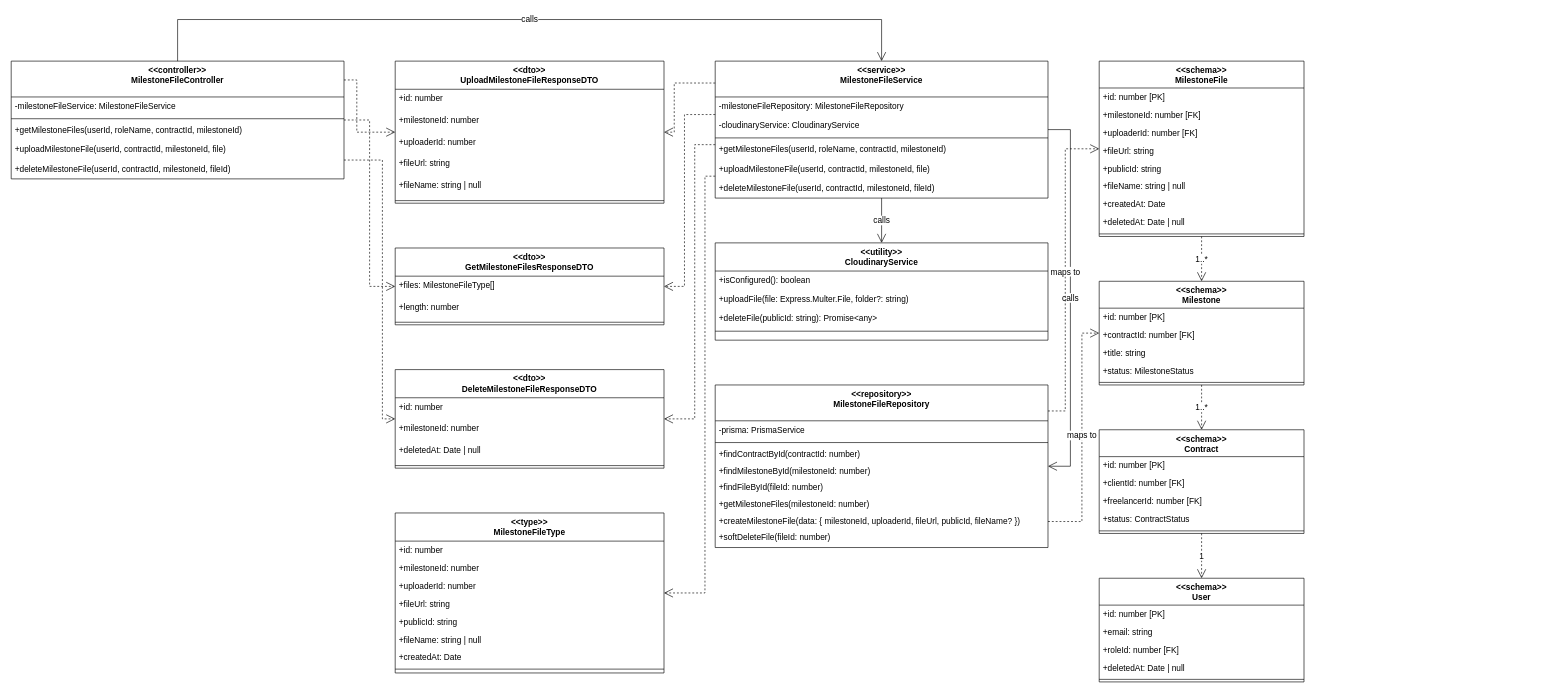
This is class-diagrams/UC-25_Manage_Milestone_File_Class_Diagram.drawio from Thunggg/Frevia, a draw.io file, before an edit. Source tidied: cells renumbered, new cells numbered last; positions are measured from the earlier drawing's top-left corner, leaving out a move shared by most shapes. Both pictures are drawn from the tidied source at 64%, with x=0, y=0 at pixel (11, 19).
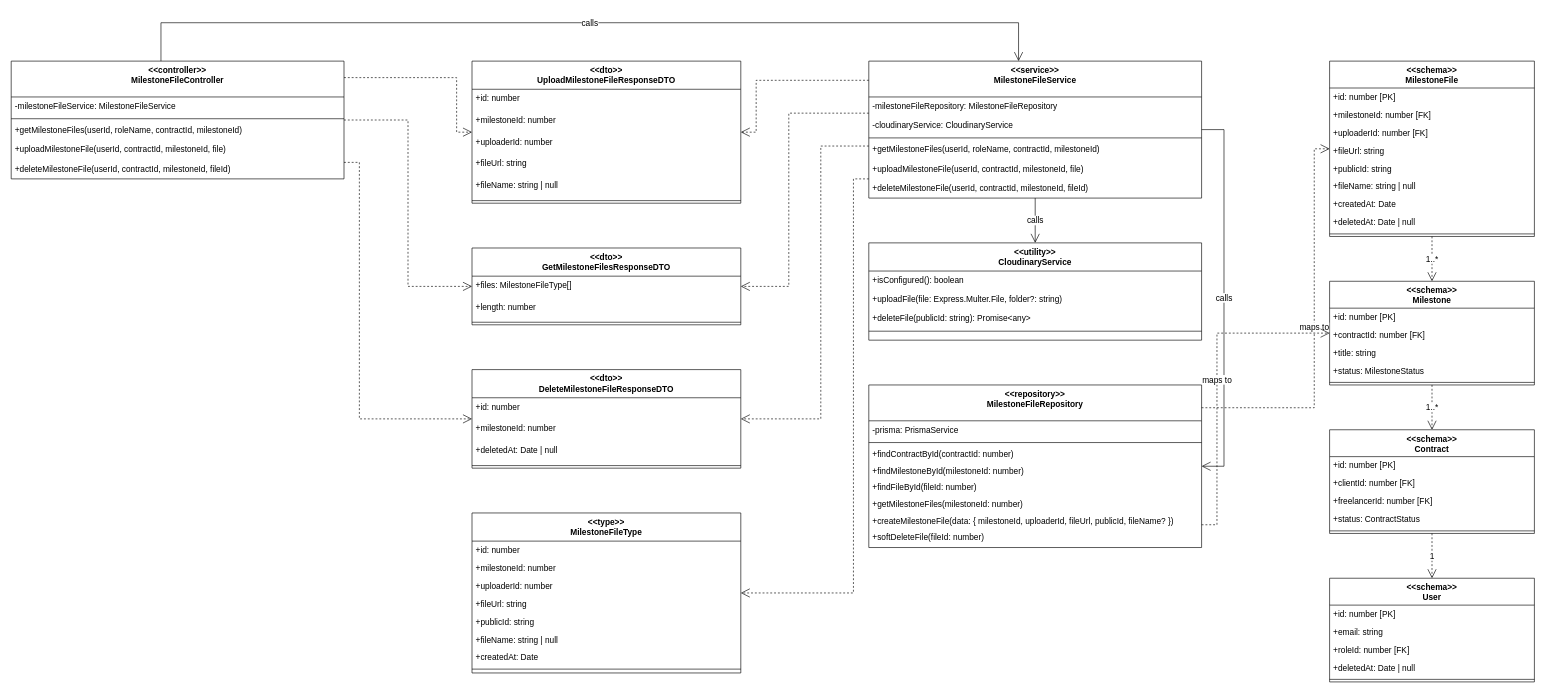
Above is the later version.

Unchanged cells that the change refers to:
```xml
<mxCell id="2" value="&lt;&lt;controller&gt;&gt;&#10;MilestoneFileController" style="swimlane;fontStyle=1;align=center;verticalAlign=top;horizontal=1;startSize=56;fontSize=13;labelBackgroundColor=none;" parent="1" vertex="1">
  <mxGeometry y="65" width="520" height="184" as="geometry" />
</mxCell>
```

Diff of the diagram source:
```diff
@@
     <mxCell id="8" value="&lt;&lt;dto&gt;&gt;&#10;UploadMilestoneFileResponseDTO" style="swimlane;fontStyle=1;align=center;verticalAlign=top;horizontal=1;startSize=44;fontSize=13;labelBackgroundColor=none;" parent="1" vertex="1">
-      <mxGeometry x="600" y="65" width="420" height="222" as="geometry" />
+      <mxGeometry x="720" y="65" width="420" height="222" as="geometry" />
     </mxCell>
@@
     <mxCell id="15" value="&lt;&lt;dto&gt;&gt;&#10;GetMilestoneFilesResponseDTO" style="swimlane;fontStyle=1;align=center;verticalAlign=top;horizontal=1;startSize=44;fontSize=13;labelBackgroundColor=none;" parent="1" vertex="1">
-      <mxGeometry x="600" y="357" width="420" height="120" as="geometry" />
+      <mxGeometry x="720" y="357" width="420" height="120" as="geometry" />
     </mxCell>
@@
     <mxCell id="19" value="&lt;&lt;dto&gt;&gt;&#10;DeleteMilestoneFileResponseDTO" style="swimlane;fontStyle=1;align=center;verticalAlign=top;horizontal=1;startSize=44;fontSize=13;labelBackgroundColor=none;" parent="1" vertex="1">
-      <mxGeometry x="600" y="547" width="420" height="154" as="geometry" />
+      <mxGeometry x="720" y="547" width="420" height="154" as="geometry" />
     </mxCell>
@@
     <mxCell id="24" value="&lt;&lt;type&gt;&gt;&#10;MilestoneFileType" style="swimlane;fontStyle=1;align=center;verticalAlign=top;horizontal=1;startSize=44;fontSize=13;labelBackgroundColor=none;" parent="1" vertex="1">
-      <mxGeometry x="600" y="771" width="420" height="250" as="geometry" />
+      <mxGeometry x="720" y="771" width="420" height="250" as="geometry" />
     </mxCell>
@@
     <mxCell id="33" value="&lt;&lt;service&gt;&gt;&#10;MilestoneFileService" style="swimlane;fontStyle=1;align=center;verticalAlign=top;horizontal=1;startSize=56;fontSize=13;labelBackgroundColor=none;" parent="1" vertex="1">
-      <mxGeometry x="1100" y="65" width="520" height="214" as="geometry" />
+      <mxGeometry x="1340" y="65" width="520" height="214" as="geometry" />
     </mxCell>
@@
     <mxCell id="40" value="&lt;&lt;utility&gt;&gt;&#10;CloudinaryService" style="swimlane;fontStyle=1;align=center;verticalAlign=top;horizontal=1;startSize=44;fontSize=13;labelBackgroundColor=none;" parent="1" vertex="1">
-      <mxGeometry x="1100" y="349" width="520" height="152" as="geometry" />
+      <mxGeometry x="1340" y="349" width="520" height="152" as="geometry" />
     </mxCell>
@@
     <mxCell id="45" value="&lt;&lt;repository&gt;&gt;&#10;MilestoneFileRepository" style="swimlane;fontStyle=1;align=center;verticalAlign=top;horizontal=1;startSize=56;fontSize=13;labelBackgroundColor=none;" parent="1" vertex="1">
-      <mxGeometry x="1100" y="571" width="520" height="254" as="geometry" />
+      <mxGeometry x="1340" y="571" width="520" height="254" as="geometry" />
     </mxCell>
@@
     <mxCell id="54" value="&lt;&lt;schema&gt;&gt;&#10;MilestoneFile" style="swimlane;fontStyle=1;align=center;verticalAlign=top;horizontal=1;startSize=42;fontSize=13;labelBackgroundColor=none;" parent="1" vertex="1">
-      <mxGeometry x="1700" y="65" width="320" height="274" as="geometry" />
+      <mxGeometry x="2060" y="65" width="320" height="274" as="geometry" />
     </mxCell>
@@
     <mxCell id="64" value="&lt;&lt;schema&gt;&gt;&#10;Milestone" style="swimlane;fontStyle=1;align=center;verticalAlign=top;horizontal=1;startSize=42;fontSize=13;labelBackgroundColor=none;" parent="1" vertex="1">
-      <mxGeometry x="1700" y="409" width="320" height="162" as="geometry" />
+      <mxGeometry x="2060" y="409" width="320" height="162" as="geometry" />
     </mxCell>
@@
     <mxCell id="70" value="&lt;&lt;schema&gt;&gt;&#10;Contract" style="swimlane;fontStyle=1;align=center;verticalAlign=top;horizontal=1;startSize=42;fontSize=13;labelBackgroundColor=none;" parent="1" vertex="1">
-      <mxGeometry x="1700" y="641" width="320" height="162" as="geometry" />
+      <mxGeometry x="2060" y="641" width="320" height="162" as="geometry" />
     </mxCell>
@@
     <mxCell id="76" value="&lt;&lt;schema&gt;&gt;&#10;User" style="swimlane;fontStyle=1;align=center;verticalAlign=top;horizontal=1;startSize=42;fontSize=13;labelBackgroundColor=none;" parent="1" vertex="1">
-      <mxGeometry x="1700" y="873" width="320" height="162" as="geometry" />
+      <mxGeometry x="2060" y="873" width="320" height="162" as="geometry" />
     </mxCell>
@@
-    <mxCell id="82" value="calls" style="edgeStyle=orthogonalEdgeStyle;rounded=0;jettySize=auto;html=1;startArrow=none;endArrow=open;endSize=12;fontSize=13;labelBackgroundColor=#ffffff;exitX=0.5;exitY=0.0;exitDx=0;exitDy=0;entryX=0.5;entryY=0.0;entryDx=0;entryDy=0;" parent="1" edge="1" source="2" target="33">
+    <mxCell id="82" value="calls" style="edgeStyle=orthogonalEdgeStyle;rounded=0;jettySize=auto;html=1;startArrow=none;endArrow=open;endSize=12;fontSize=13;labelBackgroundColor=#ffffff;exitX=0.45;exitY=0.0;exitDx=0;exitDy=0;entryX=0.45;entryY=0.0;entryDx=0;entryDy=0;" parent="1" edge="1" source="2" target="33">
       <mxGeometry relative="1" as="geometry">
         <Array as="points">
-          <mxPoint x="260" />
-          <mxPoint x="1360" />
+          <mxPoint x="234" y="5" />
+          <mxPoint x="1574" y="5" />
         </Array>
       </mxGeometry>
     </mxCell>
-    <mxCell id="83" style="edgeStyle=orthogonalEdgeStyle;rounded=0;jettySize=auto;html=1;startArrow=none;endArrow=open;endSize=12;fontSize=13;labelBackgroundColor=#ffffff;dashed=1;exitX=1.0;exitY=0.16;exitDx=0;exitDy=0;entryX=0.0;entryY=0.5;entryDx=0;entryDy=0;" parent="1" edge="1" source="2" target="8">
+    <mxCell id="83" style="edgeStyle=orthogonalEdgeStyle;rounded=0;jettySize=auto;html=1;startArrow=none;endArrow=open;endSize=12;fontSize=13;labelBackgroundColor=#ffffff;dashed=1;exitX=1.0;exitY=0.14;exitDx=0;exitDy=0;entryX=0.0;entryY=0.5;entryDx=0;entryDy=0;" parent="1" edge="1" source="2" target="8">
       <mxGeometry relative="1" as="geometry">
         <Array as="points">
-          <mxPoint x="540" y="94" />
-          <mxPoint x="540" y="176" />
+          <mxPoint x="696" y="91" />
+          <mxPoint x="696" y="176" />
         </Array>
       </mxGeometry>
     </mxCell>
-    <mxCell id="84" style="edgeStyle=orthogonalEdgeStyle;rounded=0;jettySize=auto;html=1;startArrow=none;endArrow=open;endSize=12;fontSize=13;labelBackgroundColor=#ffffff;dashed=1;exitX=0.0;exitY=0.16;exitDx=0;exitDy=0;entryX=1.0;entryY=0.5;entryDx=0;entryDy=0;" parent="1" edge="1" source="33" target="8">
+    <mxCell id="84" style="edgeStyle=orthogonalEdgeStyle;rounded=0;jettySize=auto;html=1;startArrow=none;endArrow=open;endSize=12;fontSize=13;labelBackgroundColor=#ffffff;dashed=1;exitX=0.0;exitY=0.14;exitDx=0;exitDy=0;entryX=1.0;entryY=0.5;entryDx=0;entryDy=0;" parent="1" edge="1" source="33" target="8">
       <mxGeometry relative="1" as="geometry">
         <Array as="points">
-          <mxPoint x="1036" y="99" />
-          <mxPoint x="1036" y="176" />
+          <mxPoint x="1164" y="95" />
+          <mxPoint x="1164" y="176" />
         </Array>
       </mxGeometry>
     </mxCell>
     <mxCell id="85" style="edgeStyle=orthogonalEdgeStyle;rounded=0;jettySize=auto;html=1;startArrow=none;endArrow=open;endSize=12;fontSize=13;labelBackgroundColor=#ffffff;dashed=1;exitX=1.0;exitY=0.5;exitDx=0;exitDy=0;entryX=0.0;entryY=0.5;entryDx=0;entryDy=0;" parent="1" edge="1" source="2" target="15">
       <mxGeometry relative="1" as="geometry">
         <Array as="points">
-          <mxPoint x="560" y="157" />
-          <mxPoint x="560" y="417" />
+          <mxPoint x="620" y="157" />
+          <mxPoint x="620" y="417" />
         </Array>
       </mxGeometry>
     </mxCell>
-    <mxCell id="86" style="edgeStyle=orthogonalEdgeStyle;rounded=0;jettySize=auto;html=1;startArrow=none;endArrow=open;endSize=12;fontSize=13;labelBackgroundColor=#ffffff;dashed=1;exitX=0.0;exitY=0.39;exitDx=0;exitDy=0;entryX=1.0;entryY=0.5;entryDx=0;entryDy=0;" parent="1" edge="1" source="33" target="15">
+    <mxCell id="86" style="edgeStyle=orthogonalEdgeStyle;rounded=0;jettySize=auto;html=1;startArrow=none;endArrow=open;endSize=12;fontSize=13;labelBackgroundColor=#ffffff;dashed=1;exitX=0.0;exitY=0.38;exitDx=0;exitDy=0;entryX=1.0;entryY=0.5;entryDx=0;entryDy=0;" parent="1" edge="1" source="33" target="15">
       <mxGeometry relative="1" as="geometry">
         <Array as="points">
-          <mxPoint x="1052" y="148" />
-          <mxPoint x="1052" y="417" />
+          <mxPoint x="1215" y="146" />
+          <mxPoint x="1215" y="417" />
         </Array>
       </mxGeometry>
     </mxCell>
-    <mxCell id="87" style="edgeStyle=orthogonalEdgeStyle;rounded=0;jettySize=auto;html=1;startArrow=none;endArrow=open;endSize=12;fontSize=13;labelBackgroundColor=#ffffff;dashed=1;exitX=1.0;exitY=0.84;exitDx=0;exitDy=0;entryX=0.0;entryY=0.5;entryDx=0;entryDy=0;" parent="1" edge="1" source="2" target="19">
+    <mxCell id="87" style="edgeStyle=orthogonalEdgeStyle;rounded=0;jettySize=auto;html=1;startArrow=none;endArrow=open;endSize=12;fontSize=13;labelBackgroundColor=#ffffff;dashed=1;exitX=1.0;exitY=0.86;exitDx=0;exitDy=0;entryX=0.0;entryY=0.5;entryDx=0;entryDy=0;" parent="1" edge="1" source="2" target="19">
       <mxGeometry relative="1" as="geometry">
         <Array as="points">
-          <mxPoint x="580" y="220" />
-          <mxPoint x="580" y="624" />
+          <mxPoint x="544" y="223" />
+          <mxPoint x="544" y="624" />
         </Array>
       </mxGeometry>
     </mxCell>
-    <mxCell id="88" style="edgeStyle=orthogonalEdgeStyle;rounded=0;jettySize=auto;html=1;startArrow=none;endArrow=open;endSize=12;fontSize=13;labelBackgroundColor=#ffffff;dashed=1;exitX=0.0;exitY=0.61;exitDx=0;exitDy=0;entryX=1.0;entryY=0.5;entryDx=0;entryDy=0;" parent="1" edge="1" source="33" target="19">
+    <mxCell id="88" style="edgeStyle=orthogonalEdgeStyle;rounded=0;jettySize=auto;html=1;startArrow=none;endArrow=open;endSize=12;fontSize=13;labelBackgroundColor=#ffffff;dashed=1;exitX=0.0;exitY=0.62;exitDx=0;exitDy=0;entryX=1.0;entryY=0.5;entryDx=0;entryDy=0;" parent="1" edge="1" source="33" target="19">
       <mxGeometry relative="1" as="geometry">
         <Array as="points">
-          <mxPoint x="1068" y="196" />
-          <mxPoint x="1068" y="624" />
+          <mxPoint x="1265" y="198" />
+          <mxPoint x="1265" y="624" />
         </Array>
       </mxGeometry>
     </mxCell>
-    <mxCell id="89" style="edgeStyle=orthogonalEdgeStyle;rounded=0;jettySize=auto;html=1;startArrow=none;endArrow=open;endSize=12;fontSize=13;labelBackgroundColor=#ffffff;dashed=1;exitX=0.0;exitY=0.84;exitDx=0;exitDy=0;entryX=1.0;entryY=0.5;entryDx=0;entryDy=0;" parent="1" edge="1" source="33" target="24">
+    <mxCell id="89" style="edgeStyle=orthogonalEdgeStyle;rounded=0;jettySize=auto;html=1;startArrow=none;endArrow=open;endSize=12;fontSize=13;labelBackgroundColor=#ffffff;dashed=1;exitX=0.0;exitY=0.86;exitDx=0;exitDy=0;entryX=1.0;entryY=0.5;entryDx=0;entryDy=0;" parent="1" edge="1" source="33" target="24">
       <mxGeometry relative="1" as="geometry">
         <Array as="points">
-          <mxPoint x="1084" y="245" />
-          <mxPoint x="1084" y="896" />
+          <mxPoint x="1316" y="249" />
+          <mxPoint x="1316" y="896" />
         </Array>
       </mxGeometry>
     </mxCell>
@@
     <mxCell id="91" value="calls" style="edgeStyle=orthogonalEdgeStyle;rounded=0;jettySize=auto;html=1;startArrow=none;endArrow=open;endSize=12;fontSize=13;labelBackgroundColor=#ffffff;exitX=1.0;exitY=0.5;exitDx=0;exitDy=0;entryX=1.0;entryY=0.5;entryDx=0;entryDy=0;" parent="1" edge="1" source="33" target="45">
       <mxGeometry relative="1" as="geometry">
         <Array as="points">
-          <mxPoint x="1655" y="172" />
-          <mxPoint x="1655" y="698" />
+          <mxPoint x="1895" y="172" />
+          <mxPoint x="1895" y="698" />
         </Array>
       </mxGeometry>
     </mxCell>
-    <mxCell id="92" value="maps to" style="edgeStyle=orthogonalEdgeStyle;rounded=0;jettySize=auto;html=1;startArrow=none;endArrow=open;endSize=12;fontSize=13;labelBackgroundColor=#ffffff;dashed=1;exitX=1.0;exitY=0.16;exitDx=0;exitDy=0;entryX=0.0;entryY=0.5;entryDx=0;entryDy=0;" parent="1" edge="1" source="45" target="54">
+    <mxCell id="92" value="maps to" style="edgeStyle=orthogonalEdgeStyle;rounded=0;jettySize=auto;html=1;startArrow=none;endArrow=open;endSize=12;fontSize=13;labelBackgroundColor=#ffffff;dashed=1;exitX=1.0;exitY=0.14;exitDx=0;exitDy=0;entryX=0.0;entryY=0.5;entryDx=0;entryDy=0;" parent="1" edge="1" source="45" target="54">
       <mxGeometry relative="1" as="geometry">
         <Array as="points">
-          <mxPoint x="1647" y="612" />
-          <mxPoint x="1647" y="202" />
+          <mxPoint x="2036" y="607" />
+          <mxPoint x="2036" y="202" />
         </Array>
       </mxGeometry>
     </mxCell>
-    <mxCell id="93" value="maps to" style="edgeStyle=orthogonalEdgeStyle;rounded=0;jettySize=auto;html=1;startArrow=none;endArrow=open;endSize=12;fontSize=13;labelBackgroundColor=#ffffff;dashed=1;exitX=1.0;exitY=0.84;exitDx=0;exitDy=0;entryX=0.0;entryY=0.5;entryDx=0;entryDy=0;" parent="1" edge="1" source="45" target="64">
+    <mxCell id="93" value="maps to" style="edgeStyle=orthogonalEdgeStyle;rounded=0;jettySize=auto;html=1;startArrow=none;endArrow=open;endSize=12;fontSize=13;labelBackgroundColor=#ffffff;dashed=1;exitX=1.0;exitY=0.86;exitDx=0;exitDy=0;entryX=0.0;entryY=0.5;entryDx=0;entryDy=0;" parent="1" edge="1" source="45" target="64">
       <mxGeometry relative="1" as="geometry">
         <Array as="points">
-          <mxPoint x="1673" y="784" />
-          <mxPoint x="1673" y="490" />
+          <mxPoint x="1884" y="789" />
+          <mxPoint x="1884" y="490" />
         </Array>
       </mxGeometry>
     </mxCell>
```
